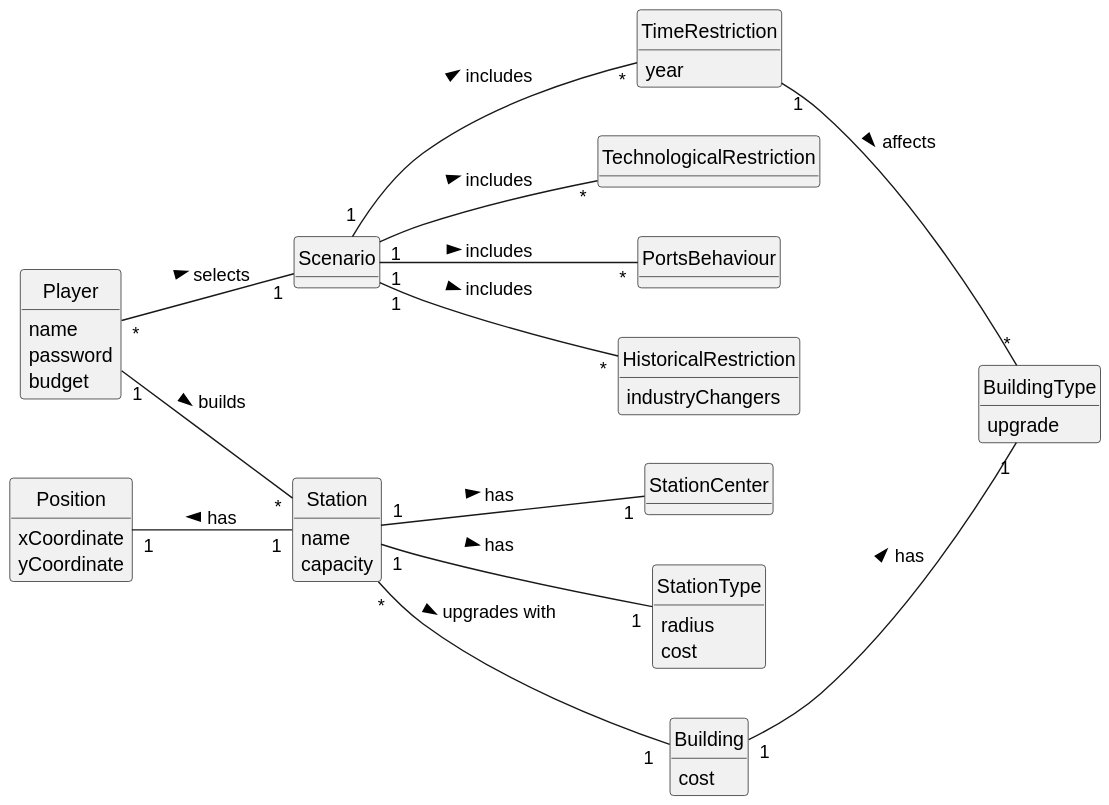
This is Sprint2/US006/02.analysis/svg/US006-DM.svg from 1240935/pi2-railway-simulator, a PlantUML export, as it was before one commit.
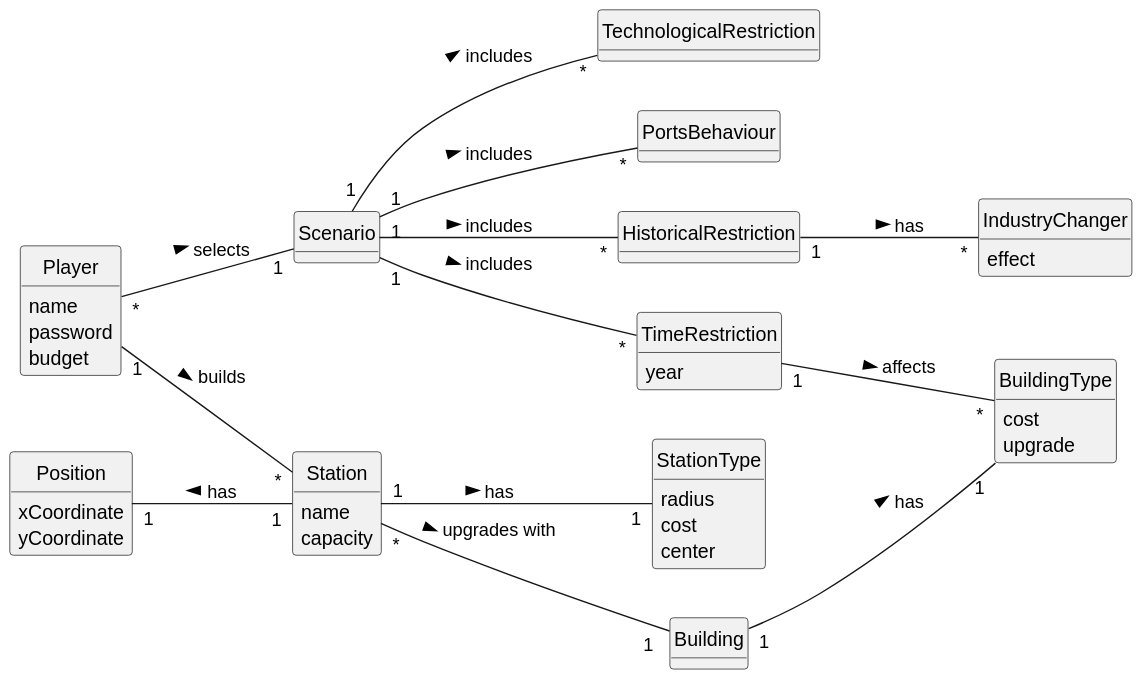
After the commit.

Change to the diagram source:
```diff
@@ -19,19 +19,17 @@
     capacity
 }
 
-class StationCenter{
-}
-
 class StationType{
     radius
     cost
+    center
 }
 
 class Building {
-    cost
 }
 
 class BuildingType {
+    cost
     upgrade
 }
 
@@ -44,7 +42,6 @@
 }
 
 class HistoricalRestriction{
-    industryChangers
 }
 
 class TimeRestriction{
@@ -57,11 +54,14 @@
 class PortsBehaviour{
 }
 
+class IndustryChanger{
+    effect
+}
+
 Player "1" -- "*" Station: builds >
 Player "*" -- "1" Scenario : selects >
 Station "*" -- "1 "Building:  upgrades with  >
 Station "1" -- "1" StationType: has >
-Station "1" -- "1" StationCenter: has >
 Building "1" -- "1" BuildingType : has >
 Position "1" -- "1" Station: has <
 Scenario "1" -- "*" HistoricalRestriction: includes >
@@ -69,4 +69,5 @@
 Scenario "1" -- "*" TimeRestriction: includes >
 Scenario "1" -- "*" PortsBehaviour: includes >
 TimeRestriction "1" -- "*" BuildingType: affects >
+HistoricalRestriction "1" -- "*" IndustryChanger: has >
 @enduml
```
